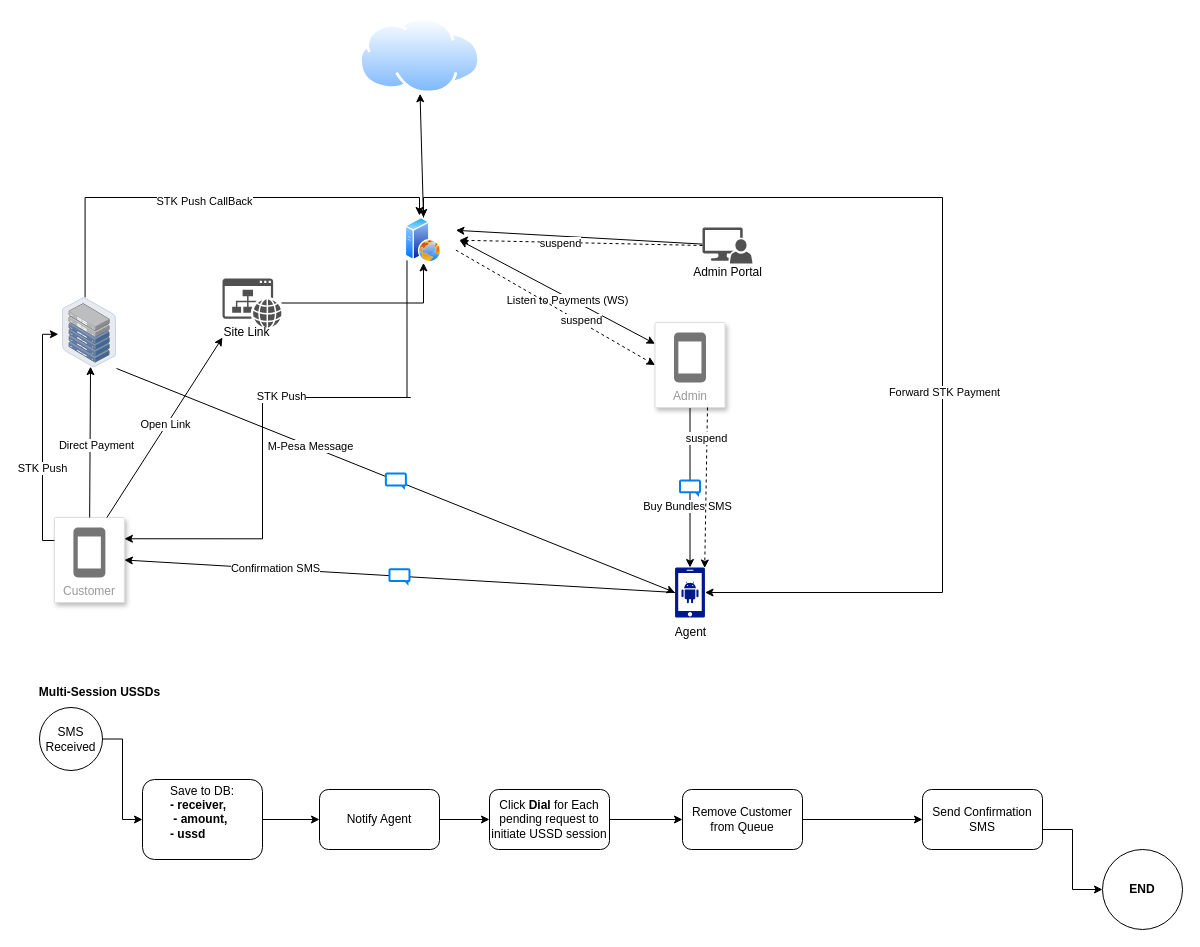
Before: diagrams/Untitled Diagram.drawio in kariuki-joseph/drawio-diagrams, a draw.io diagram. Source tidied: cells renumbered, new cells numbered last; positions are measured from the earlier drawing's top-left corner, leaving out a move shared by most shapes. Both pictures are drawn from the tidied source at 100%, with x=0, y=0 at pixel (29, 17).
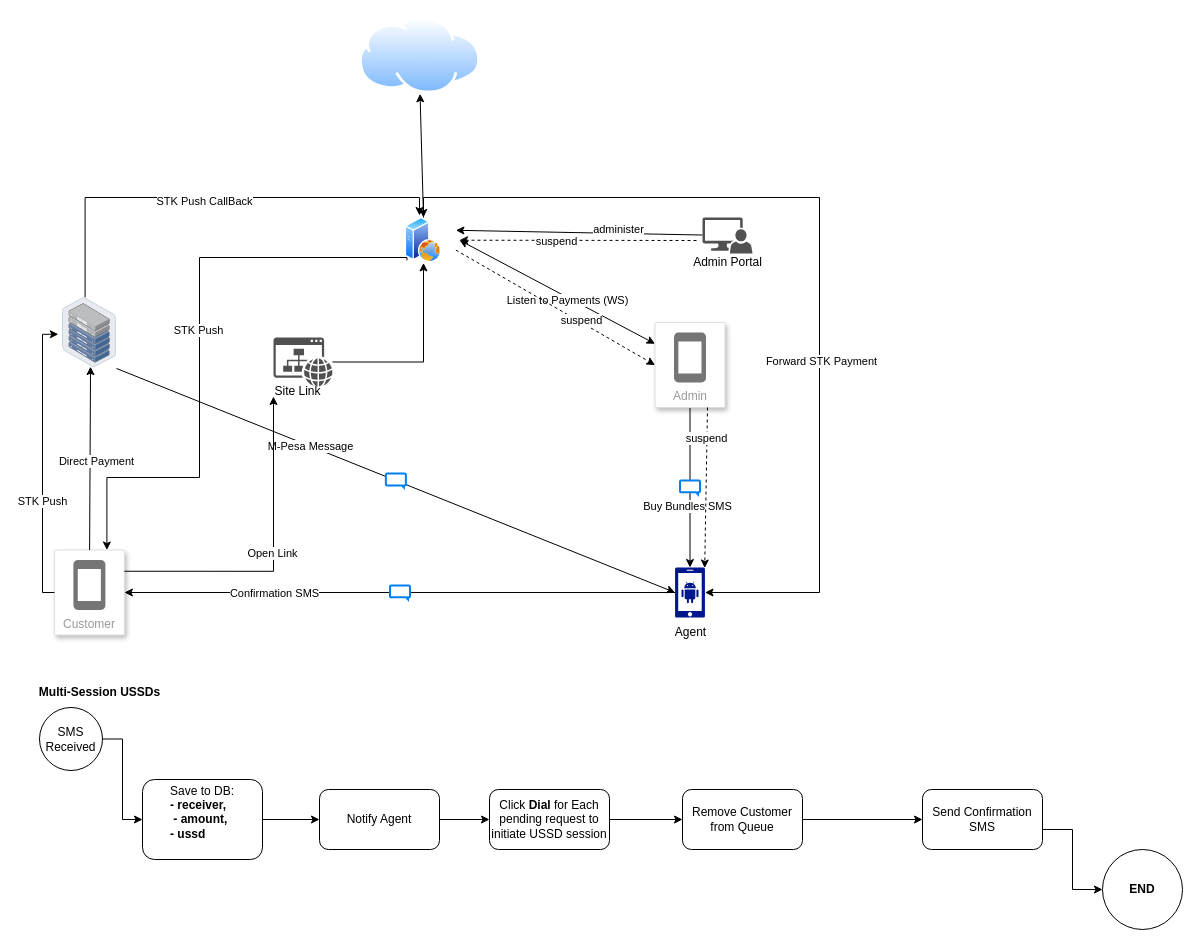
The same diagram, later.

The change refers to these unchanged cells:
```xml
<mxCell id="2" style="html=1;align=center;shadow=0;dashed=0;spacingTop=3;image=img/lib/active_directory/web_server.svg;shape=image;labelBackgroundColor=default;verticalAlign=top;verticalLabelPosition=bottom;sketch=0;strokeColor=none;labelPosition=center;fillColor=#00188D;perimeter=ellipsePerimeter;" parent="1" vertex="1">
  <mxGeometry x="358" y="200" width="72" height="45.4" as="geometry" />
</mxCell>
<mxCell id="5" style="rounded=0;jettySize=auto;html=1;entryX=1;entryY=0.25;entryDx=0;entryDy=0;" parent="1" edge="1" source="29" target="2">
  <mxGeometry relative="1" as="geometry" />
</mxCell>
<mxCell id="12" style="image;points=[];html=1;align=center;shadow=0;dashed=0;image=img/lib/allied_telesis/storage/Datacenter_Server_Half_Rack_ToR.svg;" parent="1" vertex="1">
  <mxGeometry x="33" y="280" width="53.9" height="70" as="geometry" />
</mxCell>
<mxCell id="23" style="sketch=0;shadow=0;dashed=0;html=1;strokeColor=none;labelPosition=center;verticalLabelPosition=bottom;verticalAlign=top;align=center;fillColor=#00188D;shape=mxgraph.mscae.enterprise.android_phone;" parent="22" vertex="1">
  <mxGeometry x="10" width="30" height="50" as="geometry" />
</mxCell>
<mxCell id="29" style="sketch=0;shadow=0;dashed=0;html=1;strokeColor=none;labelPosition=center;verticalLabelPosition=bottom;verticalAlign=top;align=center;fillColor=#515151;shape=mxgraph.mscae.system_center.admin_console;" parent="28" vertex="1">
  <mxGeometry x="20" width="50" height="36" as="geometry" />
</mxCell>
<mxCell id="35" value="Site Link" style="text;html=1;align=center;verticalAlign=middle;points=[];strokeColor=none;fillColor=none;" parent="33" vertex="1">
  <mxGeometry y="39" width="70" height="30" as="geometry" />
</mxCell>
```

Change to the diagram source:
```diff
@@
     <mxCell id="3" value="Customer" style="strokeColor=#dddddd;shadow=1;strokeWidth=1;rounded=1;absoluteArcSize=1;arcSize=2;labelPosition=center;verticalLabelPosition=middle;align=center;verticalAlign=bottom;spacingLeft=0;fontColor=#999999;fontSize=12;whiteSpace=wrap;spacingBottom=2;html=1;" parent="1" vertex="1">
-      <mxGeometry x="24.9" y="500" width="70" height="85" as="geometry" />
+      <mxGeometry x="24.9" y="532.5" width="70" height="85" as="geometry" />
     </mxCell>
@@
+    <mxCell id="67" value="administer" style="edgeLabel;html=1;align=center;verticalAlign=middle;" parent="5" vertex="1">
+      <mxGeometry x="-0.31" y="-4" relative="1" as="geometry" />
+    </mxCell>
@@
     <mxCell id="28" style="group;" parent="1" vertex="1">
-      <mxGeometry x="653" y="210" width="90" height="60" as="geometry" />
+      <mxGeometry x="653" y="200" width="90" height="60" as="geometry" />
     </mxCell>
@@
     <mxCell id="31" style="group;" parent="1" vertex="1">
-      <mxGeometry x="182" y="261" width="70" height="69" as="geometry" />
+      <mxGeometry x="233" y="320" width="70" height="69" as="geometry" />
     </mxCell>
@@
-    <mxCell id="36" style="rounded=0;jettySize=auto;html=1;exitX=0.75;exitY=0;exitDx=0;exitDy=0;entryX=0.157;entryY=0.667;entryDx=0;entryDy=0;entryPerimeter=0;" parent="1" edge="1" source="3" target="35">
-      <mxGeometry relative="1" as="geometry" />
+    <mxCell id="36" style="rounded=0;jettySize=auto;html=1;exitX=1;exitY=0.25;exitDx=0;exitDy=0;entryX=0.157;entryY=0.667;entryDx=0;entryDy=0;entryPerimeter=0;edgeStyle=orthogonalEdgeStyle;" parent="1" edge="1" source="3" target="35">
+      <mxGeometry relative="1" as="geometry">
+        <Array as="points">
+          <mxPoint x="244" y="554" />
+        </Array>
+      </mxGeometry>
     </mxCell>
@@
-    <mxCell id="39" style="edgeStyle=orthogonalEdgeStyle;rounded=0;jettySize=auto;html=1;exitX=0.25;exitY=1;exitDx=0;exitDy=0;entryX=1;entryY=0.25;entryDx=0;entryDy=0;" parent="1" edge="1" source="2" target="3">
+    <mxCell id="39" style="edgeStyle=orthogonalEdgeStyle;rounded=0;jettySize=auto;html=1;exitX=0.25;exitY=1;exitDx=0;exitDy=0;entryX=0.75;entryY=0;entryDx=0;entryDy=0;" parent="1" edge="1" source="2" target="3">
       <mxGeometry relative="1" as="geometry">
         <Array as="points">
-          <mxPoint x="381" y="380" />
-          <mxPoint x="233" y="380" />
-          <mxPoint x="233" y="501" />
+          <mxPoint x="378" y="240" />
+          <mxPoint x="170" y="240" />
+          <mxPoint x="170" y="460" />
+          <mxPoint x="77" y="460" />
         </Array>
       </mxGeometry>
     </mxCell>
@@
-    <mxCell id="41" style="edgeStyle=orthogonalEdgeStyle;rounded=0;jettySize=auto;html=1;entryX=-0.077;entryY=0.525;entryDx=0;entryDy=0;entryPerimeter=0;" parent="1" edge="1" source="3" target="12">
+    <mxCell id="41" style="edgeStyle=orthogonalEdgeStyle;rounded=0;jettySize=auto;html=1;entryX=-0.077;entryY=0.525;entryDx=0;entryDy=0;entryPerimeter=0;exitX=0;exitY=0.5;exitDx=0;exitDy=0;" parent="1" edge="1" source="3" target="12">
       <mxGeometry relative="1" as="geometry">
         <Array as="points">
-          <mxPoint x="13" y="523" />
+          <mxPoint x="13" y="575" />
           <mxPoint x="13" y="317" />
         </Array>
       </mxGeometry>
     </mxCell>
@@
     <mxCell id="43" style="edgeStyle=orthogonalEdgeStyle;rounded=0;jettySize=auto;html=1;entryX=1;entryY=0.5;entryDx=0;entryDy=0;entryPerimeter=0;exitX=0.5;exitY=0;exitDx=0;exitDy=0;" parent="1" edge="1" source="2" target="23">
       <mxGeometry relative="1" as="geometry">
         <Array as="points">
           <mxPoint x="394" y="180" />
-          <mxPoint x="913" y="180" />
-          <mxPoint x="913" y="575" />
+          <mxPoint x="790" y="180" />
+          <mxPoint x="790" y="575" />
         </Array>
       </mxGeometry>
     </mxCell>
@@
-    <mxCell id="45" style="html=1;labelBackgroundColor=#ffffff;startArrow=none;startFill=0;startSize=6;endArrow=classic;endFill=1;endSize=6;jettySize=auto;strokeWidth=1;dashed=1;fontSize=14;rounded=0;entryX=1;entryY=0.5;entryDx=0;entryDy=0;exitX=0;exitY=0.5;exitDx=0;exitDy=0;exitPerimeter=0;" parent="1" edge="1" source="29" target="2">
-      <mxGeometry relative="1" as="geometry" />
+    <mxCell id="45" style="html=1;labelBackgroundColor=#ffffff;startArrow=none;startFill=0;startSize=6;endArrow=classic;endFill=1;endSize=6;jettySize=auto;strokeWidth=1;dashed=1;fontSize=14;rounded=0;entryX=1;entryY=0.5;entryDx=0;entryDy=0;" parent="1" edge="1" target="2">
+      <mxGeometry relative="1" as="geometry">
+        <mxPoint x="667" y="223" as="sourcePoint" />
+      </mxGeometry>
     </mxCell>
```
